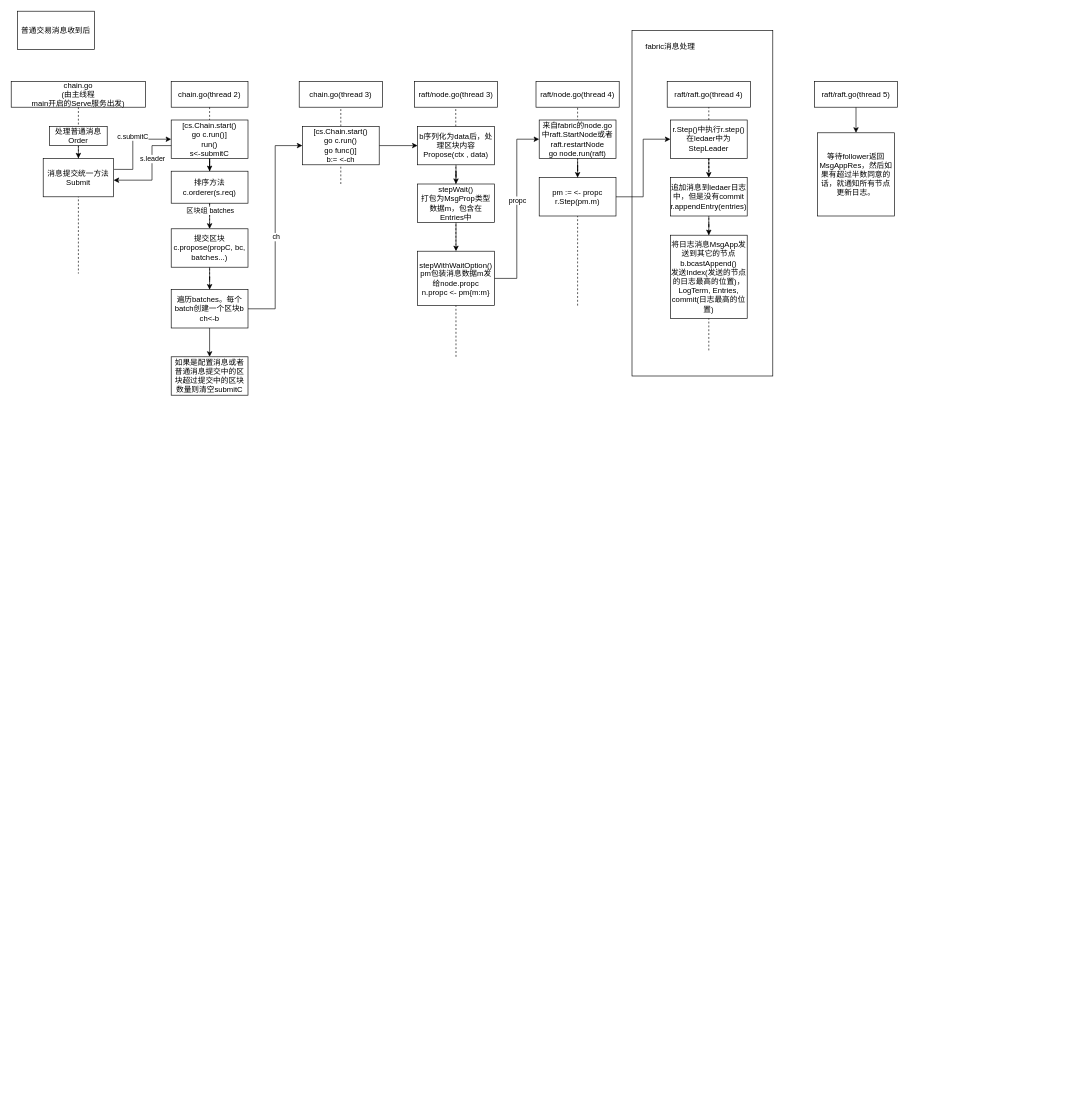
Above: Untitled Diagram.drawio in burnandgun/diagrams (draw.io), before the change. Source tidied: cells renumbered, new cells numbered last; positions are measured from the earlier drawing's top-left corner, leaving out a move shared by most shapes. Both pictures are drawn from the tidied source at 64%, with x=0, y=0 at pixel (11, 11).
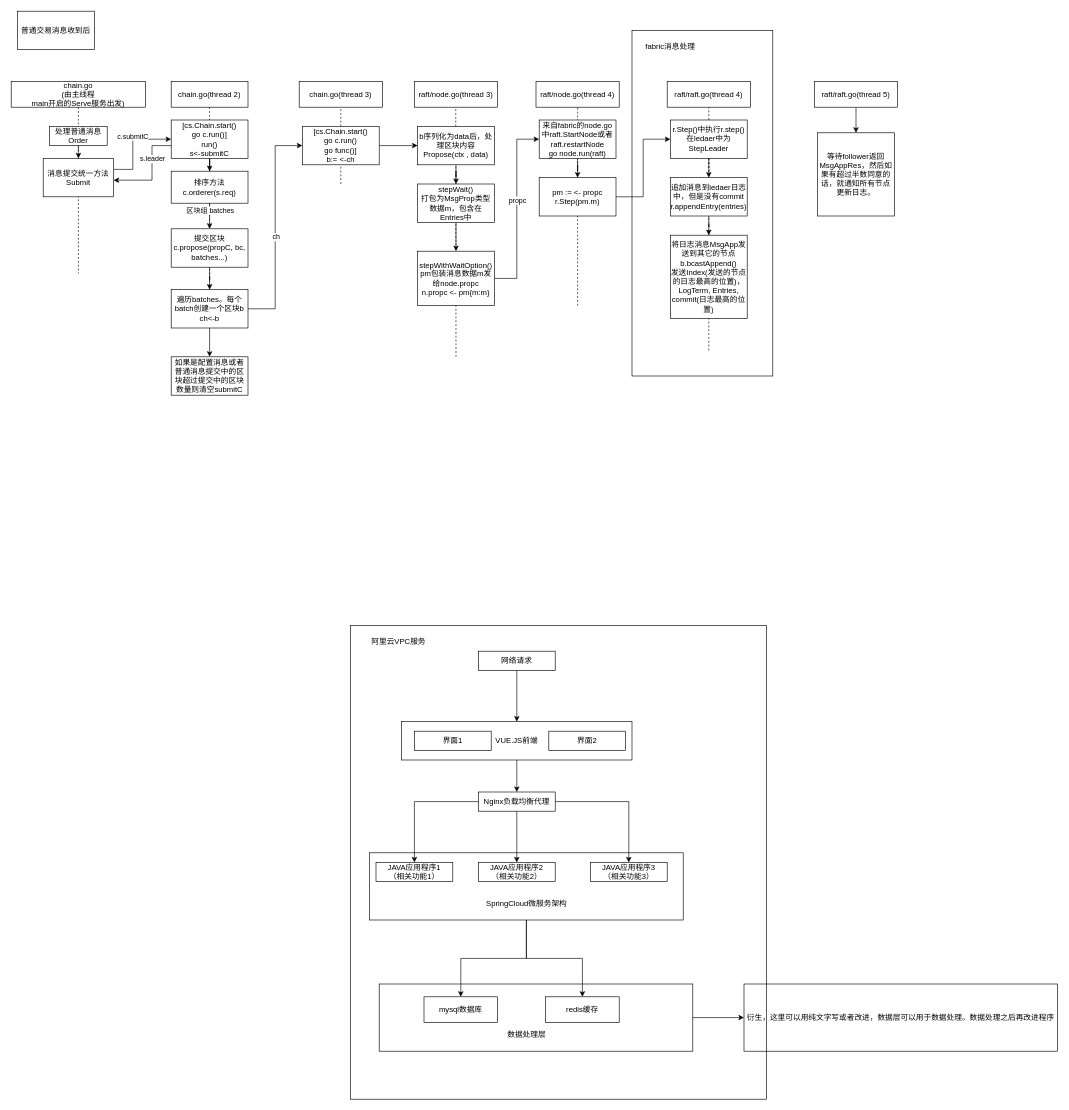
Above is the later version.

The edit, as a diff of the source:
```diff
@@
+    <mxCell id="58" style="rounded=0;whiteSpace=wrap;html=1;fillColor=none;" parent="1" vertex="1">
+      <mxGeometry x="530" y="960" width="650" height="740" as="geometry" />
+    </mxCell>
+    <mxCell id="59" style="edgeStyle=orthogonalEdgeStyle;rounded=0;jettySize=auto;html=1;" parent="1" edge="1" source="60" target="74">
+      <mxGeometry relative="1" as="geometry" />
+    </mxCell>
+    <mxCell id="60" style="rounded=0;whiteSpace=wrap;html=1;fillColor=none;" parent="1" vertex="1">
+      <mxGeometry x="560" y="1315" width="490" height="105" as="geometry" />
+    </mxCell>
@@
+    <mxCell id="61" value="阿里云VPC服务" style="text;html=1;align=center;verticalAlign=middle;strokeColor=none;fillColor=none;" parent="1" vertex="1">
+      <mxGeometry x="550" y="970" width="110" height="30" as="geometry" />
+    </mxCell>
+    <mxCell id="62" style="edgeStyle=orthogonalEdgeStyle;rounded=0;jettySize=auto;html=1;" parent="1" edge="1" source="63" target="65">
+      <mxGeometry relative="1" as="geometry" />
+    </mxCell>
+    <mxCell id="63" value="网络请求" style="rounded=0;whiteSpace=wrap;html=1;" parent="1" vertex="1">
+      <mxGeometry x="730" y="1000" width="120" height="30" as="geometry" />
+    </mxCell>
+    <mxCell id="64" style="edgeStyle=orthogonalEdgeStyle;rounded=0;jettySize=auto;html=1;" parent="1" edge="1" source="65" target="69">
+      <mxGeometry relative="1" as="geometry" />
+    </mxCell>
+    <mxCell id="65" value="VUE.JS前端" style="rounded=0;whiteSpace=wrap;html=1;" parent="1" vertex="1">
+      <mxGeometry x="610" y="1110" width="360" height="60" as="geometry" />
+    </mxCell>
+    <mxCell id="66" style="edgeStyle=orthogonalEdgeStyle;rounded=0;jettySize=auto;html=1;" parent="1" edge="1" source="69" target="70">
+      <mxGeometry relative="1" as="geometry" />
+    </mxCell>
+    <mxCell id="67" style="edgeStyle=orthogonalEdgeStyle;rounded=0;jettySize=auto;html=1;" parent="1" edge="1" source="69" target="71">
+      <mxGeometry relative="1" as="geometry" />
+    </mxCell>
+    <mxCell id="68" style="edgeStyle=orthogonalEdgeStyle;rounded=0;jettySize=auto;html=1;" parent="1" edge="1" source="69" target="72">
+      <mxGeometry relative="1" as="geometry" />
+    </mxCell>
+    <mxCell id="69" value="Nginx负载均衡代理" style="rounded=0;whiteSpace=wrap;html=1;" parent="1" vertex="1">
+      <mxGeometry x="730" y="1220" width="120" height="30" as="geometry" />
+    </mxCell>
+    <mxCell id="70" value="JAVA应用程序2&lt;br style=&quot;border-color: var(--border-color);&quot;&gt;（相关功能2）" style="rounded=0;whiteSpace=wrap;html=1;" parent="1" vertex="1">
+      <mxGeometry x="730" y="1330" width="120" height="30" as="geometry" />
+    </mxCell>
+    <mxCell id="71" value="JAVA应用程序1&lt;br&gt;（相关功能1）" style="rounded=0;whiteSpace=wrap;html=1;" parent="1" vertex="1">
+      <mxGeometry x="570" y="1330" width="120" height="30" as="geometry" />
+    </mxCell>
+    <mxCell id="72" value="JAVA应用程序3&lt;br style=&quot;border-color: var(--border-color);&quot;&gt;（相关功能3）" style="rounded=0;whiteSpace=wrap;html=1;" parent="1" vertex="1">
+      <mxGeometry x="905" y="1330" width="120" height="30" as="geometry" />
+    </mxCell>
+    <mxCell id="73" value="SpringCloud微服务架构" style="text;html=1;align=center;verticalAlign=middle;strokeColor=none;fillColor=none;" parent="1" vertex="1">
+      <mxGeometry x="730" y="1380" width="150" height="30" as="geometry" />
+    </mxCell>
+    <mxCell id="74" value="mysql数据库" style="rounded=0;whiteSpace=wrap;html=1;" parent="1" vertex="1">
+      <mxGeometry x="645" y="1540" width="115" height="40" as="geometry" />
+    </mxCell>
+    <mxCell id="75" value="redis缓存" style="rounded=0;whiteSpace=wrap;html=1;" parent="1" vertex="1">
+      <mxGeometry x="835" y="1540" width="115" height="40" as="geometry" />
+    </mxCell>
+    <mxCell id="76" style="edgeStyle=orthogonalEdgeStyle;rounded=0;jettySize=auto;html=1;exitX=0.5;exitY=1;exitDx=0;exitDy=0;entryX=0.5;entryY=0;entryDx=0;entryDy=0;" parent="1" edge="1" source="60" target="75">
+      <mxGeometry relative="1" as="geometry" />
+    </mxCell>
+    <mxCell id="77" style="edgeStyle=orthogonalEdgeStyle;rounded=0;jettySize=auto;html=1;" parent="1" edge="1" source="78" target="80">
+      <mxGeometry relative="1" as="geometry" />
+    </mxCell>
+    <mxCell id="78" style="rounded=0;whiteSpace=wrap;html=1;fillColor=none;" parent="1" vertex="1">
+      <mxGeometry x="575" y="1520" width="490" height="105" as="geometry" />
+    </mxCell>
+    <mxCell id="79" value="数据处理层" style="text;html=1;align=center;verticalAlign=middle;strokeColor=none;fillColor=none;" parent="1" vertex="1">
+      <mxGeometry x="765" y="1585" width="80" height="30" as="geometry" />
+    </mxCell>
+    <mxCell id="80" value="衍生，这里可以用纯文字写或者改进，数据层可以用于数据处理。数据处理之后再改进程序" style="rounded=0;whiteSpace=wrap;html=1;fillColor=none;" parent="1" vertex="1">
+      <mxGeometry x="1145" y="1520" width="490" height="105" as="geometry" />
+    </mxCell>
+    <mxCell id="81" value="界面1" style="rounded=0;whiteSpace=wrap;html=1;" parent="1" vertex="1">
+      <mxGeometry x="630" y="1125" width="120" height="30" as="geometry" />
+    </mxCell>
+    <mxCell id="82" value="界面2" style="rounded=0;whiteSpace=wrap;html=1;" parent="1" vertex="1">
+      <mxGeometry x="840" y="1125" width="120" height="30" as="geometry" />
+    </mxCell>
```
